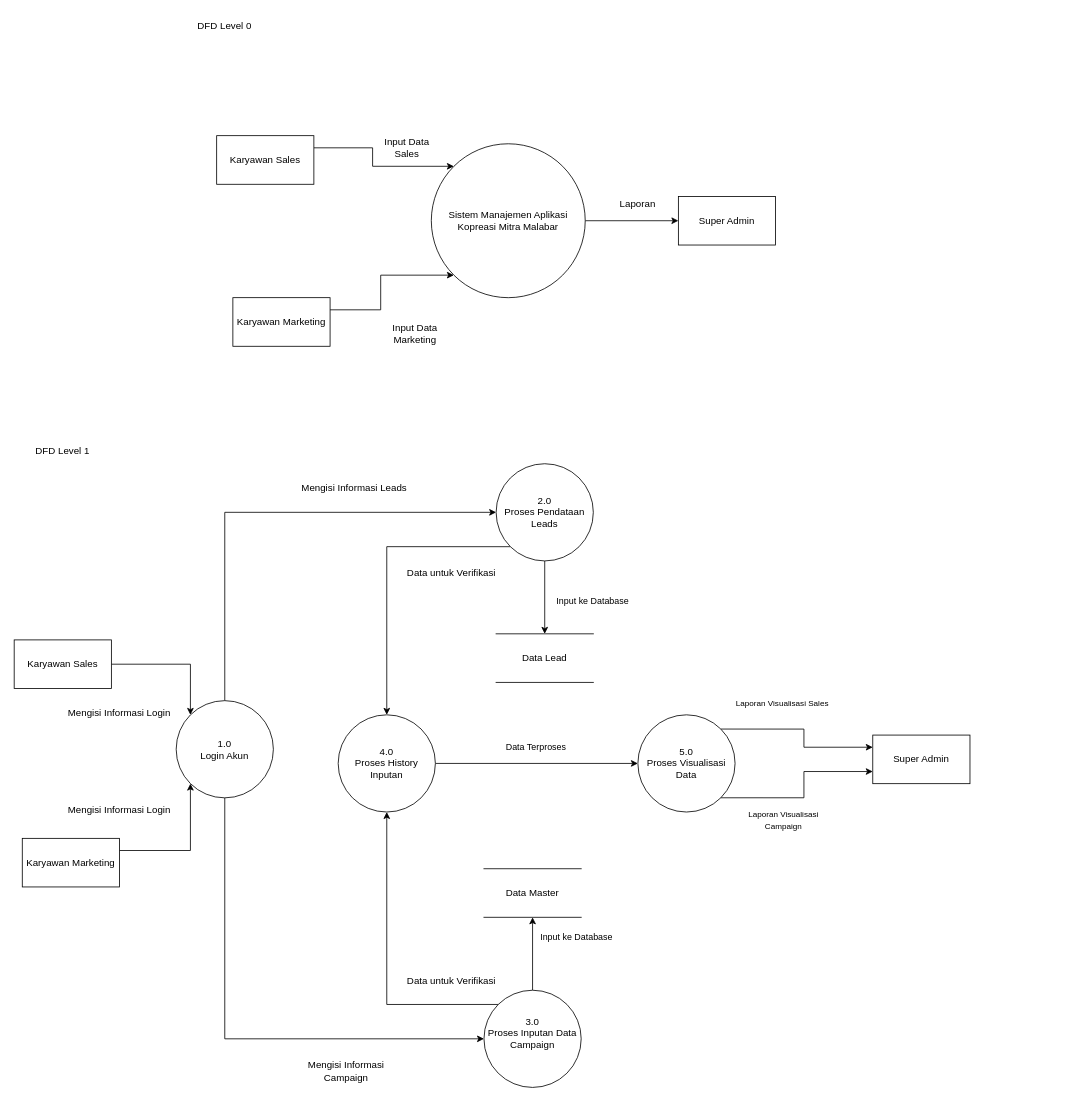
Before: DFD_Koperasi Mitra Malabar.drawio.xml in NararyaPutra/Dokumentasi_Project-Koperasi-Mitra-Malabar, a draw.io diagram. Source tidied: cells renumbered, new cells numbered last; positions are measured from the earlier drawing's top-left corner, leaving out a move shared by most shapes. Both pictures are drawn from the tidied source at 81%, with x=0, y=0 at pixel (14, 14).
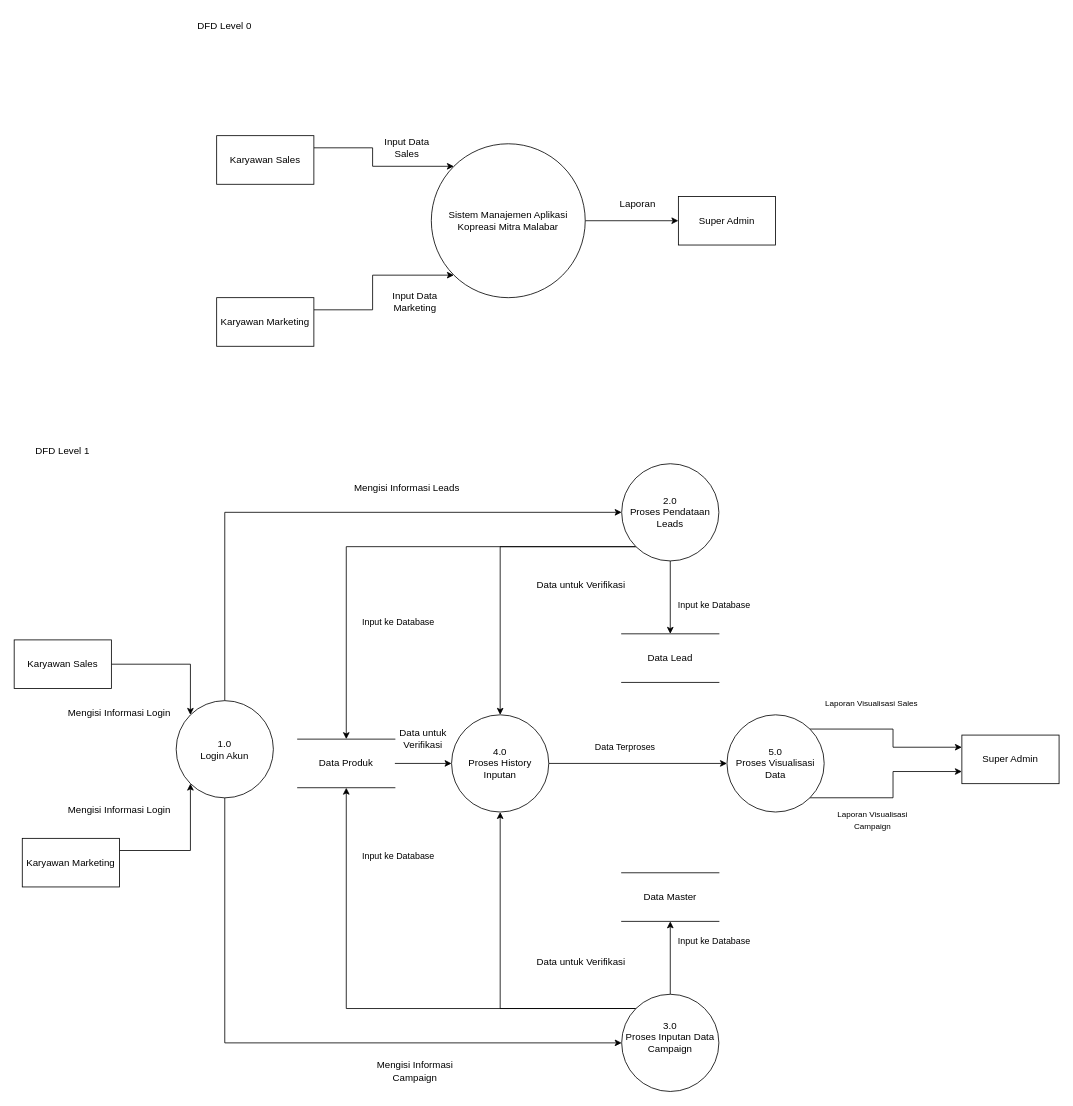
The same diagram, later.

Diff of the diagram source:
```diff
@@
     <mxCell id="6" value="Karyawan Marketing" style="rounded=0;whiteSpace=wrap;html=1;" parent="1" vertex="1">
-      <mxGeometry x="270" y="350" width="120" height="60" as="geometry" />
+      <mxGeometry x="250" y="350" width="120" height="60" as="geometry" />
     </mxCell>
@@
     <mxCell id="10" value="Super Admin" style="rounded=0;whiteSpace=wrap;html=1;" parent="1" vertex="1">
-      <mxGeometry x="1060" y="890" width="120" height="60" as="geometry" />
+      <mxGeometry x="1170" y="890" width="120" height="60" as="geometry" />
     </mxCell>
@@
+    <mxCell id="14" style="edgeStyle=orthogonalEdgeStyle;rounded=0;jettySize=auto;html=1;exitX=0.5;exitY=1;exitDx=0;exitDy=0;entryX=0.5;entryY=0;entryDx=0;entryDy=0;" parent="1" edge="1" source="15" target="37">
+      <mxGeometry relative="1" as="geometry" />
+    </mxCell>
+    <mxCell id="46" style="edgeStyle=orthogonalEdgeStyle;rounded=0;jettySize=auto;html=1;exitX=0;exitY=1;exitDx=0;exitDy=0;entryX=0.5;entryY=0;entryDx=0;entryDy=0;" parent="1" edge="1" source="15" target="49">
+      <mxGeometry relative="1" as="geometry" />
+    </mxCell>
     <mxCell id="13" style="edgeStyle=orthogonalEdgeStyle;rounded=0;jettySize=auto;html=1;exitX=0;exitY=1;exitDx=0;exitDy=0;" parent="1" edge="1" source="15" target="34">
-      <mxGeometry relative="1" as="geometry">
-        <Array as="points">
-          <mxPoint x="460" y="657" />
-        </Array>
-      </mxGeometry>
+      <mxGeometry relative="1" as="geometry" />
     </mxCell>
-    <mxCell id="14" style="edgeStyle=orthogonalEdgeStyle;rounded=0;jettySize=auto;html=1;exitX=0.5;exitY=1;exitDx=0;exitDy=0;entryX=0.5;entryY=0;entryDx=0;entryDy=0;" parent="1" edge="1" source="15" target="37">
-      <mxGeometry relative="1" as="geometry" />
-    </mxCell>
     <mxCell id="15" value="2.0&lt;div&gt;Proses Pendataan&lt;/div&gt;&lt;div&gt;Leads&lt;/div&gt;" style="ellipse;whiteSpace=wrap;html=1;" parent="1" vertex="1">
-      <mxGeometry x="595" y="555" width="120" height="120" as="geometry" />
+      <mxGeometry x="750" y="555" width="120" height="120" as="geometry" />
     </mxCell>
@@
+    <mxCell id="47" style="edgeStyle=orthogonalEdgeStyle;rounded=0;jettySize=auto;html=1;exitX=0;exitY=0;exitDx=0;exitDy=0;entryX=0.5;entryY=1;entryDx=0;entryDy=0;" parent="1" edge="1" source="18" target="49">
+      <mxGeometry relative="1" as="geometry" />
+    </mxCell>
     <mxCell id="18" value="3.0&lt;div&gt;Proses Inputan Data Campaign&lt;/div&gt;&lt;div&gt;&lt;br&gt;&lt;/div&gt;" style="ellipse;whiteSpace=wrap;html=1;" parent="1" vertex="1">
-      <mxGeometry x="580" y="1205" width="120" height="120" as="geometry" />
+      <mxGeometry x="750" y="1210" width="120" height="120" as="geometry" />
     </mxCell>
@@
     <mxCell id="20" value="&lt;font style=&quot;font-size: 10px;&quot;&gt;Laporan Visualisasi&amp;nbsp;&lt;/font&gt;&lt;span style=&quot;font-size: 10px; background-color: transparent; color: light-dark(rgb(0, 0, 0), rgb(255, 255, 255));&quot;&gt;Sales&amp;nbsp;&lt;/span&gt;" style="text;html=1;whiteSpace=wrap;strokeColor=none;fillColor=none;align=center;verticalAlign=middle;rounded=0;" parent="1" vertex="1">
-      <mxGeometry x="885" y="835" width="130" height="30" as="geometry" />
+      <mxGeometry x="995" y="835" width="130" height="30" as="geometry" />
     </mxCell>
     <mxCell id="21" value="&lt;font style=&quot;font-size: 10px;&quot;&gt;Laporan Visualisasi&lt;/font&gt;&lt;div&gt;&lt;font style=&quot;font-size: 10px;&quot;&gt;Campaign&lt;/font&gt;&lt;/div&gt;" style="text;html=1;whiteSpace=wrap;strokeColor=none;fillColor=none;align=center;verticalAlign=middle;rounded=0;" parent="1" vertex="1">
-      <mxGeometry x="860" y="980" width="180" height="30" as="geometry" />
+      <mxGeometry x="970" y="980" width="180" height="30" as="geometry" />
     </mxCell>
     <mxCell id="22" value="Mengisi Informasi Leads" style="text;html=1;whiteSpace=wrap;strokeColor=none;fillColor=none;align=center;verticalAlign=middle;rounded=0;" parent="1" vertex="1">
-      <mxGeometry x="350" y="570" width="140" height="30" as="geometry" />
+      <mxGeometry x="415" y="570" width="140" height="30" as="geometry" />
     </mxCell>
     <mxCell id="23" value="Mengisi Informasi Campaign" style="text;html=1;whiteSpace=wrap;strokeColor=none;fillColor=none;align=center;verticalAlign=middle;rounded=0;" parent="1" vertex="1">
-      <mxGeometry x="340" y="1290" width="140" height="30" as="geometry" />
+      <mxGeometry x="425" y="1290" width="140" height="30" as="geometry" />
     </mxCell>
@@
     <mxCell id="28" value="Input Data Marketing" style="text;html=1;whiteSpace=wrap;strokeColor=none;fillColor=none;align=center;verticalAlign=middle;rounded=0;" parent="1" vertex="1">
-      <mxGeometry x="450" y="380" width="90" height="30" as="geometry" />
+      <mxGeometry x="450" y="340" width="90" height="30" as="geometry" />
     </mxCell>
     <mxCell id="29" value="Data Terproses" style="edgeLabel;html=1;align=center;verticalAlign=middle;" parent="1" vertex="1">
-      <mxGeometry x="650" y="910" as="geometry">
+      <mxGeometry x="760" y="910" as="geometry">
         <mxPoint x="-7" y="-6" as="offset" />
       </mxGeometry>
     </mxCell>
@@
     <mxCell id="32" value="5.0&lt;div&gt;Proses Visualisasi Data&lt;/div&gt;" style="ellipse;whiteSpace=wrap;html=1;" parent="1" vertex="1">
-      <mxGeometry x="770" y="865" width="120" height="120" as="geometry" />
+      <mxGeometry x="880" y="865" width="120" height="120" as="geometry" />
     </mxCell>
@@
     <mxCell id="34" value="4.0&lt;div&gt;Proses History Inputan&lt;/div&gt;" style="ellipse;whiteSpace=wrap;html=1;" parent="1" vertex="1">
-      <mxGeometry x="400" y="865" width="120" height="120" as="geometry" />
+      <mxGeometry x="540" y="865" width="120" height="120" as="geometry" />
     </mxCell>
     <mxCell id="35" value="Data untuk Verifikasi" style="text;html=1;whiteSpace=wrap;strokeColor=none;fillColor=none;align=center;verticalAlign=middle;rounded=0;" parent="1" vertex="1">
-      <mxGeometry x="480" y="1174" width="120" height="40" as="geometry" />
+      <mxGeometry x="640" y="1150" width="120" height="40" as="geometry" />
     </mxCell>
     <mxCell id="36" value="Data untuk Verifikasi" style="text;html=1;whiteSpace=wrap;strokeColor=none;fillColor=none;align=center;verticalAlign=middle;rounded=0;" parent="1" vertex="1">
-      <mxGeometry x="470" y="675" width="140" height="30" as="geometry" />
+      <mxGeometry x="630" y="690" width="140" height="30" as="geometry" />
     </mxCell>
     <mxCell id="37" value="Data Lead" style="shape=partialRectangle;whiteSpace=wrap;html=1;left=0;right=0;fillColor=none;" parent="1" vertex="1">
-      <mxGeometry x="595" y="765" width="120" height="60" as="geometry" />
+      <mxGeometry x="750" y="765" width="120" height="60" as="geometry" />
     </mxCell>
     <mxCell id="38" value="Data Master" style="shape=partialRectangle;whiteSpace=wrap;html=1;left=0;right=0;fillColor=none;" parent="1" vertex="1">
-      <mxGeometry x="580" y="1055" width="120" height="60" as="geometry" />
+      <mxGeometry x="750" y="1060" width="120" height="60" as="geometry" />
     </mxCell>
     <mxCell id="39" value="Input ke Database" style="edgeLabel;html=1;align=center;verticalAlign=middle;" parent="1" vertex="1">
-      <mxGeometry x="710" y="725" as="geometry">
+      <mxGeometry x="860" y="730" as="geometry">
         <mxPoint x="3" y="-1" as="offset" />
       </mxGeometry>
     </mxCell>
     <mxCell id="40" value="Input ke Database" style="edgeLabel;html=1;align=center;verticalAlign=middle;" parent="1" vertex="1">
-      <mxGeometry x="690" y="1140" as="geometry">
+      <mxGeometry x="860" y="1145" as="geometry">
         <mxPoint x="3" y="-1" as="offset" />
       </mxGeometry>
     </mxCell>
@@
+    <mxCell id="48" style="edgeStyle=orthogonalEdgeStyle;rounded=0;jettySize=auto;html=1;exitX=1;exitY=0.5;exitDx=0;exitDy=0;entryX=0;entryY=0.5;entryDx=0;entryDy=0;" parent="1" edge="1" source="49" target="34">
+      <mxGeometry relative="1" as="geometry" />
+    </mxCell>
+    <mxCell id="49" value="Data Produk" style="shape=partialRectangle;whiteSpace=wrap;html=1;left=0;right=0;fillColor=none;" parent="1" vertex="1">
+      <mxGeometry x="350" y="895" width="120" height="60" as="geometry" />
+    </mxCell>
+    <mxCell id="50" style="edgeStyle=orthogonalEdgeStyle;rounded=0;orthogonalLoop=1;jettySize=auto;html=1;exitX=0.5;exitY=1;exitDx=0;exitDy=0;" parent="1" edge="1" source="23" target="23">
+      <mxGeometry relative="1" as="geometry" />
+    </mxCell>
+    <mxCell id="51" value="Data untuk Verifikasi" style="text;html=1;whiteSpace=wrap;strokeColor=none;fillColor=none;align=center;verticalAlign=middle;rounded=0;" parent="1" vertex="1">
+      <mxGeometry x="455" y="880" width="100" height="30" as="geometry" />
+    </mxCell>
+    <mxCell id="52" value="Input ke Database" style="edgeLabel;html=1;align=center;verticalAlign=middle;" parent="1" vertex="1">
+      <mxGeometry x="470" y="1040" as="geometry">
+        <mxPoint x="3" y="-1" as="offset" />
+      </mxGeometry>
+    </mxCell>
+    <mxCell id="53" value="Input ke Database" style="edgeLabel;html=1;align=center;verticalAlign=middle;" parent="1" vertex="1">
+      <mxGeometry x="470" y="750" as="geometry">
+        <mxPoint x="3" y="-1" as="offset" />
+      </mxGeometry>
+    </mxCell>
```
